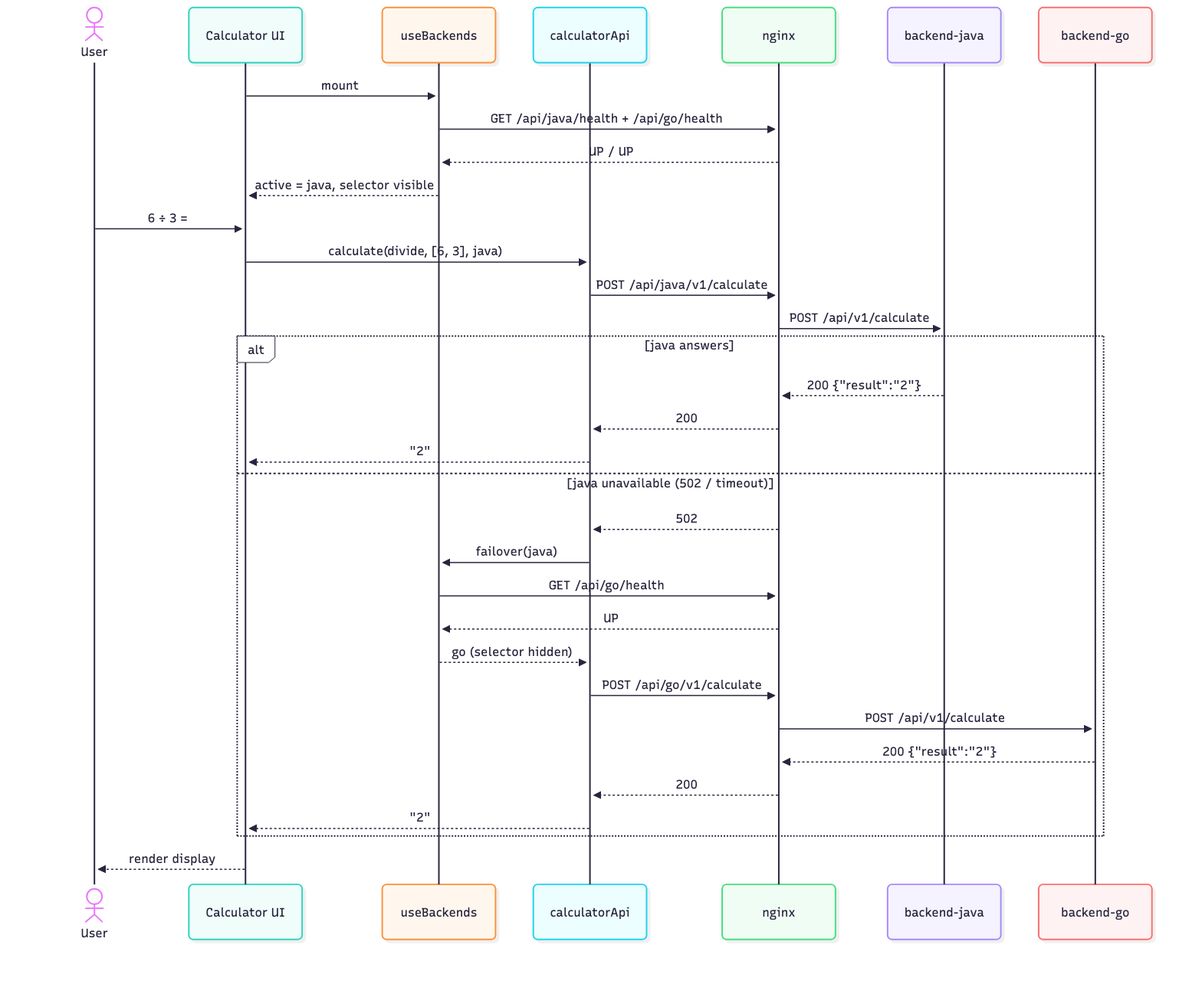
This is .ai/diagrams/data-flow.png from pabloandresgallardo/sezzle-calculator, a Mermaid export, as it was before one commit. Its source is kept beside it as .ai/diagrams/data-flow.mmd.
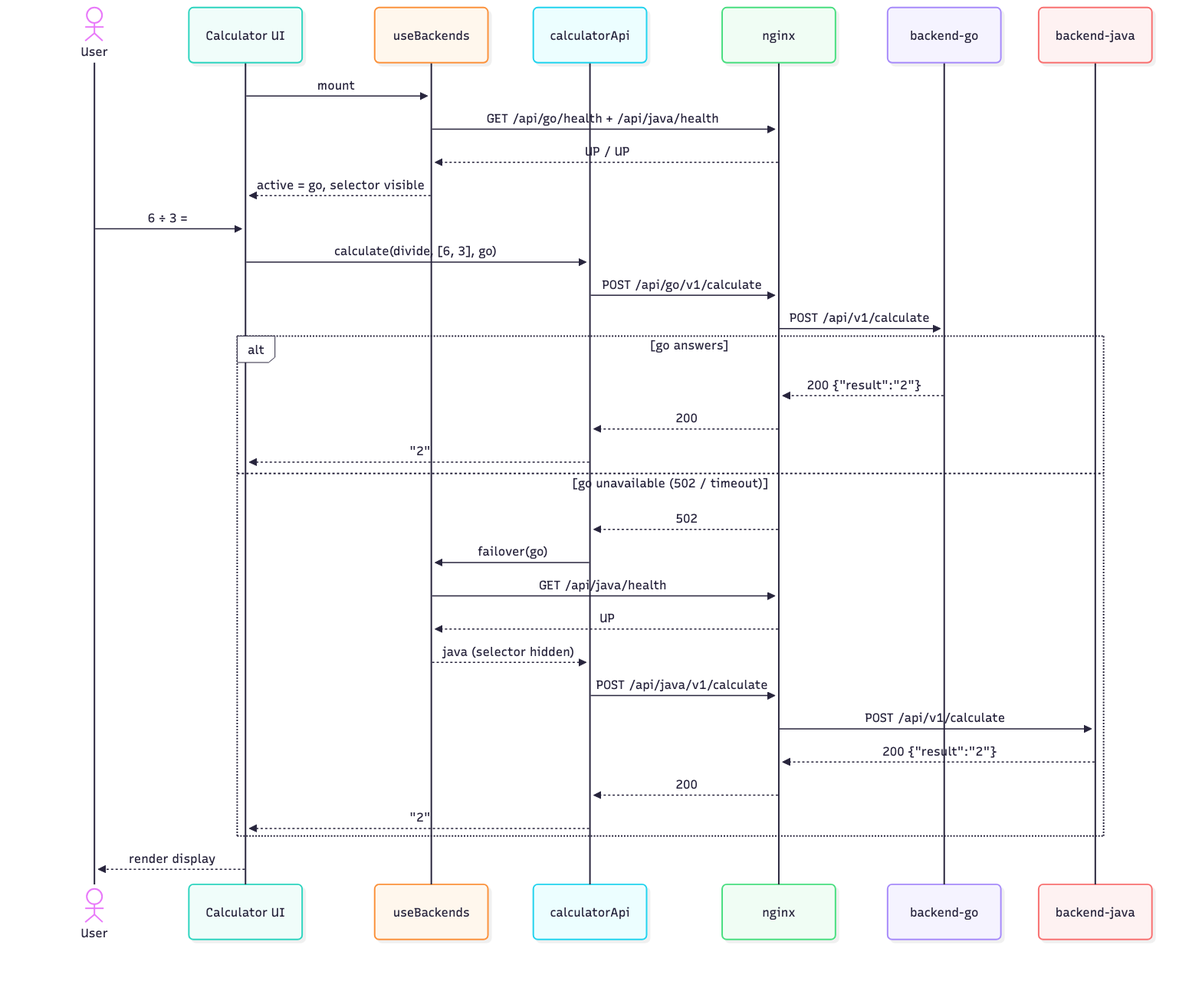
Later version of the same file.

Change to the diagram source:
```diff
@@ -4,29 +4,29 @@
   participant BK as useBackends
   participant Api as calculatorApi
   participant NX as nginx
+  participant G as backend-go
   participant J as backend-java
-  participant G as backend-go
   UI->>BK: mount
-  BK->>NX: GET /api/java/health + /api/go/health
+  BK->>NX: GET /api/go/health + /api/java/health
   NX-->>BK: UP / UP
-  BK-->>UI: active = java, selector visible
+  BK-->>UI: active = go, selector visible
   User->>UI: 6 ÷ 3 =
-  UI->>Api: calculate(divide, [6, 3], java)
-  Api->>NX: POST /api/java/v1/calculate
-  NX->>J: POST /api/v1/calculate
-  alt java answers
-    J-->>NX: 200 {"result":"2"}
+  UI->>Api: calculate(divide, [6, 3], go)
+  Api->>NX: POST /api/go/v1/calculate
+  NX->>G: POST /api/v1/calculate
+  alt go answers
+    G-->>NX: 200 {"result":"2"}
     NX-->>Api: 200
     Api-->>UI: "2"
-  else java unavailable (502 / timeout)
+  else go unavailable (502 / timeout)
     NX-->>Api: 502
-    Api->>BK: failover(java)
-    BK->>NX: GET /api/go/health
+    Api->>BK: failover(go)
+    BK->>NX: GET /api/java/health
     NX-->>BK: UP
-    BK-->>Api: go (selector hidden)
-    Api->>NX: POST /api/go/v1/calculate
-    NX->>G: POST /api/v1/calculate
-    G-->>NX: 200 {"result":"2"}
+    BK-->>Api: java (selector hidden)
+    Api->>NX: POST /api/java/v1/calculate
+    NX->>J: POST /api/v1/calculate
+    J-->>NX: 200 {"result":"2"}
     NX-->>Api: 200
     Api-->>UI: "2"
   end
```
